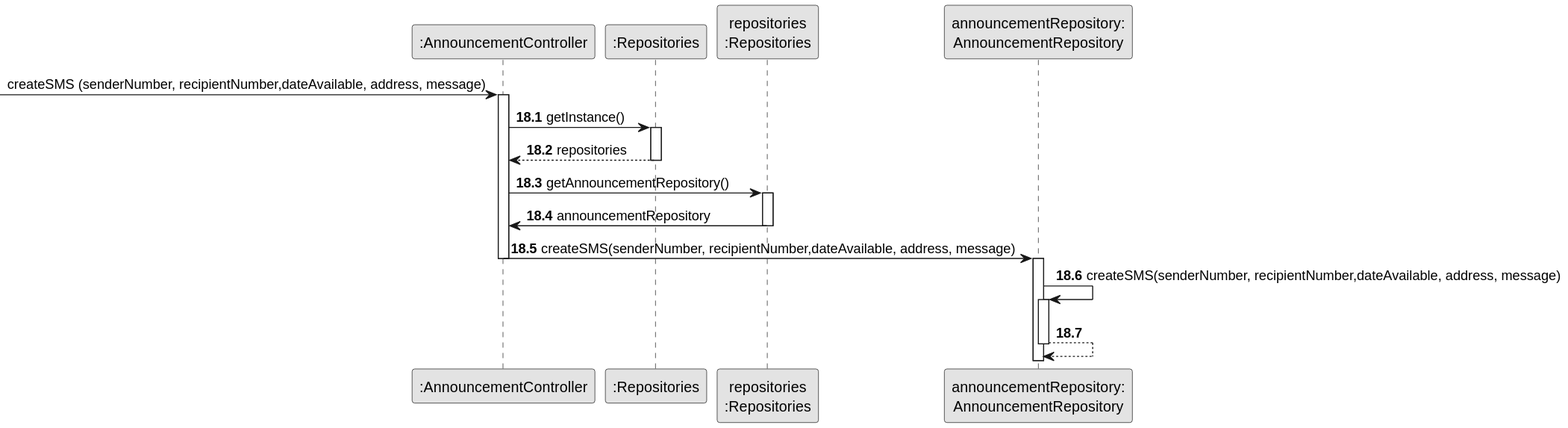
Above: docs/sprintD/us002/03.design/svg/us002-sequence-diagram-partial-create-sms.svg in Shushizinho/RealEstateUSASystem (PlantUML), before the change. Its diagram source:
```plantuml
@startuml
skinparam monochrome true
skinparam packageStyle rectangle
skinparam shadowing false



participant ":AnnouncementController" as CTRL
participant ":Repositories" as RepositorySingleton
participant "repositories\n:Repositories" as PLAT
participant "announcementRepository:\nAnnouncementRepository" as AR



     -> CTRL: createSMS (senderNumber, recipientNumber,dateAvailable, address, message)

    activate CTRL
    autonumber 18.1

            CTRL -> RepositorySingleton : getInstance()
                                    activate RepositorySingleton

                                        RepositorySingleton --> CTRL: repositories
                                    deactivate RepositorySingleton

                                    CTRL -> PLAT : getAnnouncementRepository()
                                    activate PLAT

                                        PLAT -> CTRL : announcementRepository
                                    deactivate PLAT

                                     CTRL -> AR: createSMS(senderNumber, recipientNumber,dateAvailable, address, message)
                                     deactivate CTRL
                                      activate AR

                                             AR -> AR: createSMS(senderNumber, recipientNumber,dateAvailable, address, message)
                                                                        activate AR



                                                                        AR --> AR
                                                                        deactivate AR
@enduml
```
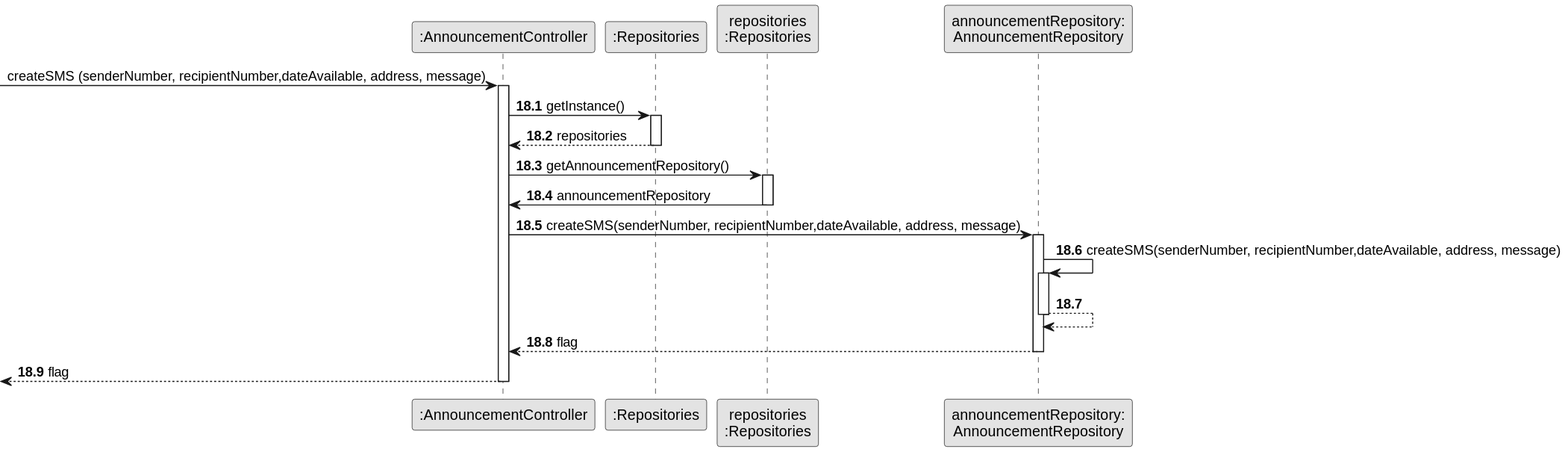
The same file after the commit.

Diff of the diagram source:
```diff
@@ -30,14 +30,24 @@
                                     deactivate PLAT
 
                                      CTRL -> AR: createSMS(senderNumber, recipientNumber,dateAvailable, address, message)
-                                     deactivate CTRL
+
                                       activate AR
 
                                              AR -> AR: createSMS(senderNumber, recipientNumber,dateAvailable, address, message)
-                                                                        activate AR
+                                            activate AR
 
 
 
-                                                                        AR --> AR
-                                                                        deactivate AR
+                                            AR --> AR
+
+
+                                            deactivate AR
+                                             AR--> CTRL : flag
+
+
+                                             deactivate AR
+
+                                             <--- CTRL : flag
+
+                                             deactivate CTRL
 @enduml
```
